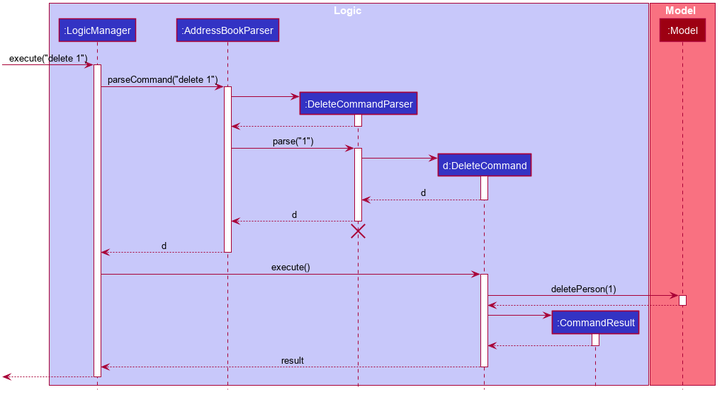
wltan/tp keeps this PlantUML diagram as images/DeleteSequenceDiagram.png. Above is the earlier version. Source of this version:
```plantuml
@startuml








skinparam BackgroundColor #FFFFFFF

skinparam Shadowing false

skinparam Class {
    FontColor #FFFFFF
    BorderThickness 1
    BorderColor #FFFFFF
    StereotypeFontColor #FFFFFF
    FontName Arial
}

skinparam Actor {
    BorderColor #000000
    Color #000000
    FontName Arial
}

skinparam Sequence {
    MessageAlign center
    BoxFontSize 15
    BoxPadding 0
    BoxFontColor #FFFFFF
    FontName Arial
}

skinparam Participant {
    FontColor #FFFFFFF
    Padding 20
}

skinparam MinClassWidth 50
skinparam ParticipantPadding 10
skinparam Shadowing false
skinparam DefaultTextAlignment center
skinparam packageStyle Rectangle

hide footbox
hide members
hide circle

box Logic #C8C8FA
participant ":LogicManager" as LogicManager #3333C4
participant ":AddressBookParser" as AddressBookParser #3333C4
participant ":DeleteCommandParser" as DeleteCommandParser #3333C4
participant "d:DeleteCommand" as DeleteCommand #3333C4
participant ":CommandResult" as CommandResult #3333C4
end box

box Model #F97181
participant ":Model" as Model #9D0012
end box

[-> LogicManager : execute("delete 1")
activate LogicManager

LogicManager -> AddressBookParser : parseCommand("delete 1")
activate AddressBookParser

create DeleteCommandParser
AddressBookParser -> DeleteCommandParser
activate DeleteCommandParser

DeleteCommandParser --> AddressBookParser
deactivate DeleteCommandParser

AddressBookParser -> DeleteCommandParser : parse("1")
activate DeleteCommandParser

create DeleteCommand
DeleteCommandParser -> DeleteCommand
activate DeleteCommand

DeleteCommand --> DeleteCommandParser : d
deactivate DeleteCommand

DeleteCommandParser --> AddressBookParser : d
deactivate DeleteCommandParser
DeleteCommandParser -[hidden]-> AddressBookParser
destroy DeleteCommandParser

AddressBookParser --> LogicManager : d
deactivate AddressBookParser

LogicManager -> DeleteCommand : execute()
activate DeleteCommand

DeleteCommand -> Model : deletePerson(1)
activate Model

Model --> DeleteCommand
deactivate Model

create CommandResult
DeleteCommand -> CommandResult
activate CommandResult

CommandResult --> DeleteCommand
deactivate CommandResult

DeleteCommand --> LogicManager : result
deactivate DeleteCommand

[<--LogicManager
deactivate LogicManager
@enduml
```
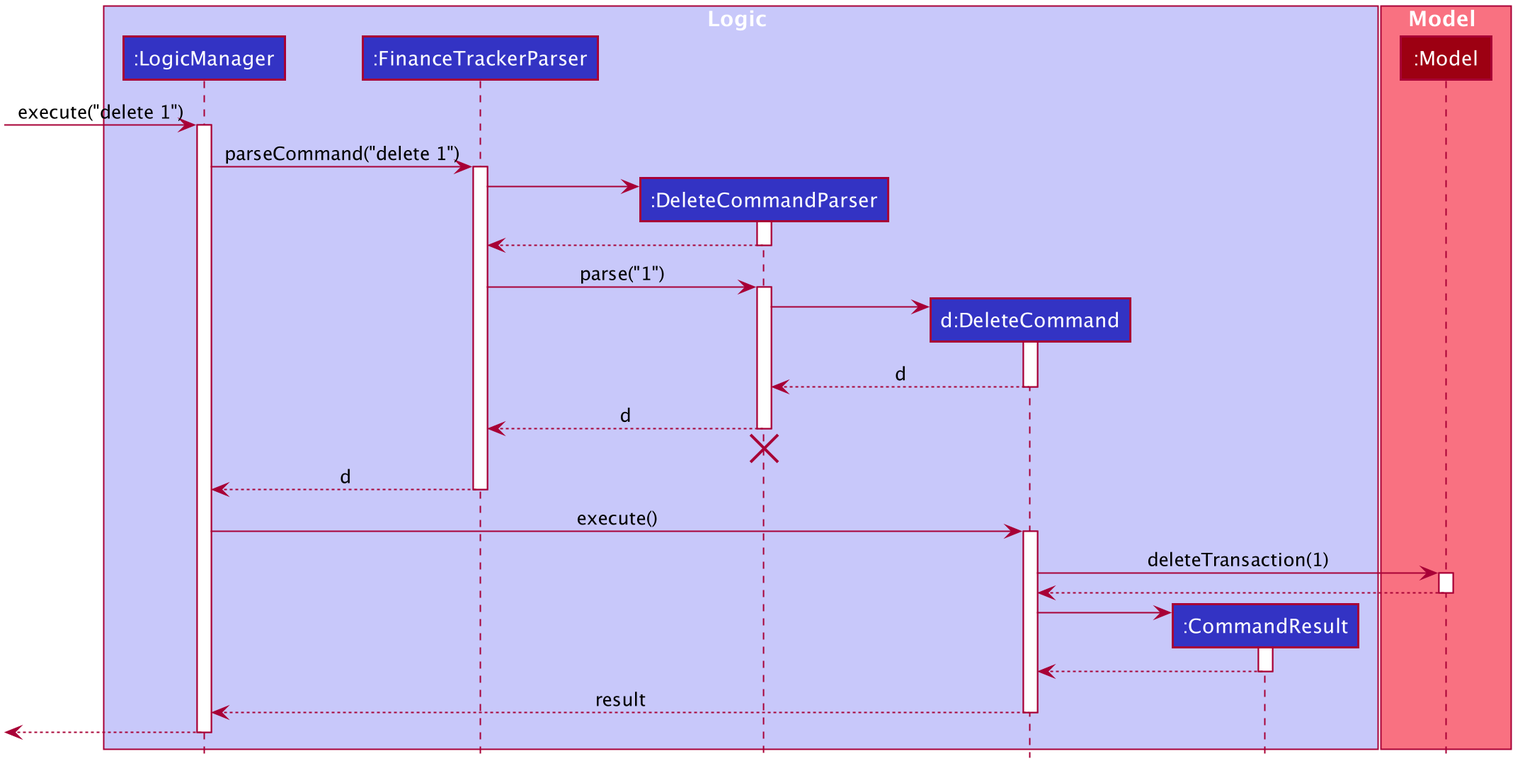
The same diagram one commit later.

The edit, as a diff of the source:
```diff
@@ -50,7 +50,7 @@
 
 box Logic #C8C8FA
 participant ":LogicManager" as LogicManager #3333C4
-participant ":AddressBookParser" as AddressBookParser #3333C4
+participant ":FinanceTrackerParser" as FinanceTrackerParser #3333C4
 participant ":DeleteCommandParser" as DeleteCommandParser #3333C4
 participant "d:DeleteCommand" as DeleteCommand #3333C4
 participant ":CommandResult" as CommandResult #3333C4
@@ -63,17 +63,17 @@
 [-> LogicManager : execute("delete 1")
 activate LogicManager
 
-LogicManager -> AddressBookParser : parseCommand("delete 1")
-activate AddressBookParser
+LogicManager -> FinanceTrackerParser : parseCommand("delete 1")
+activate FinanceTrackerParser
 
 create DeleteCommandParser
-AddressBookParser -> DeleteCommandParser
+FinanceTrackerParser -> DeleteCommandParser
 activate DeleteCommandParser
 
-DeleteCommandParser --> AddressBookParser
+DeleteCommandParser --> FinanceTrackerParser
 deactivate DeleteCommandParser
 
-AddressBookParser -> DeleteCommandParser : parse("1")
+FinanceTrackerParser -> DeleteCommandParser : parse("1")
 activate DeleteCommandParser
 
 create DeleteCommand
@@ -83,18 +83,18 @@
 DeleteCommand --> DeleteCommandParser : d
 deactivate DeleteCommand
 
-DeleteCommandParser --> AddressBookParser : d
+DeleteCommandParser --> FinanceTrackerParser : d
 deactivate DeleteCommandParser
-DeleteCommandParser -[hidden]-> AddressBookParser
+DeleteCommandParser -[hidden]-> FinanceTrackerParser
 destroy DeleteCommandParser
 
-AddressBookParser --> LogicManager : d
-deactivate AddressBookParser
+FinanceTrackerParser --> LogicManager : d
+deactivate FinanceTrackerParser
 
 LogicManager -> DeleteCommand : execute()
 activate DeleteCommand
 
-DeleteCommand -> Model : deletePerson(1)
+DeleteCommand -> Model : deleteTransaction(1)
 activate Model
 
 Model --> DeleteCommand
```
